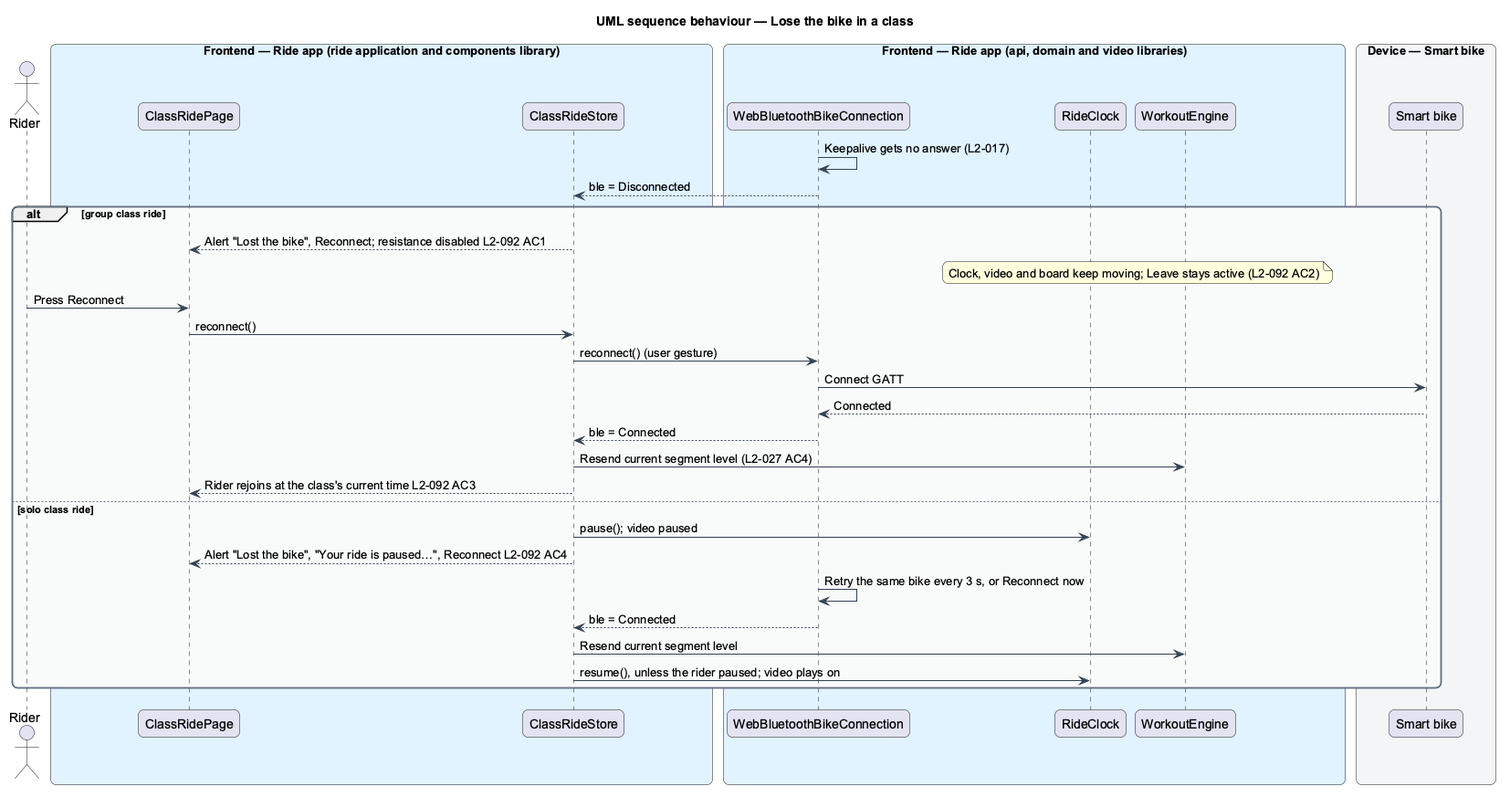
QuinntyneBrown/ride-one keeps this PlantUML diagram as docs/detailed-designs/classes/pause-leave-or-finish-a-class/diagrams/sequence-lose-the-bike.png. Above is the earlier version.
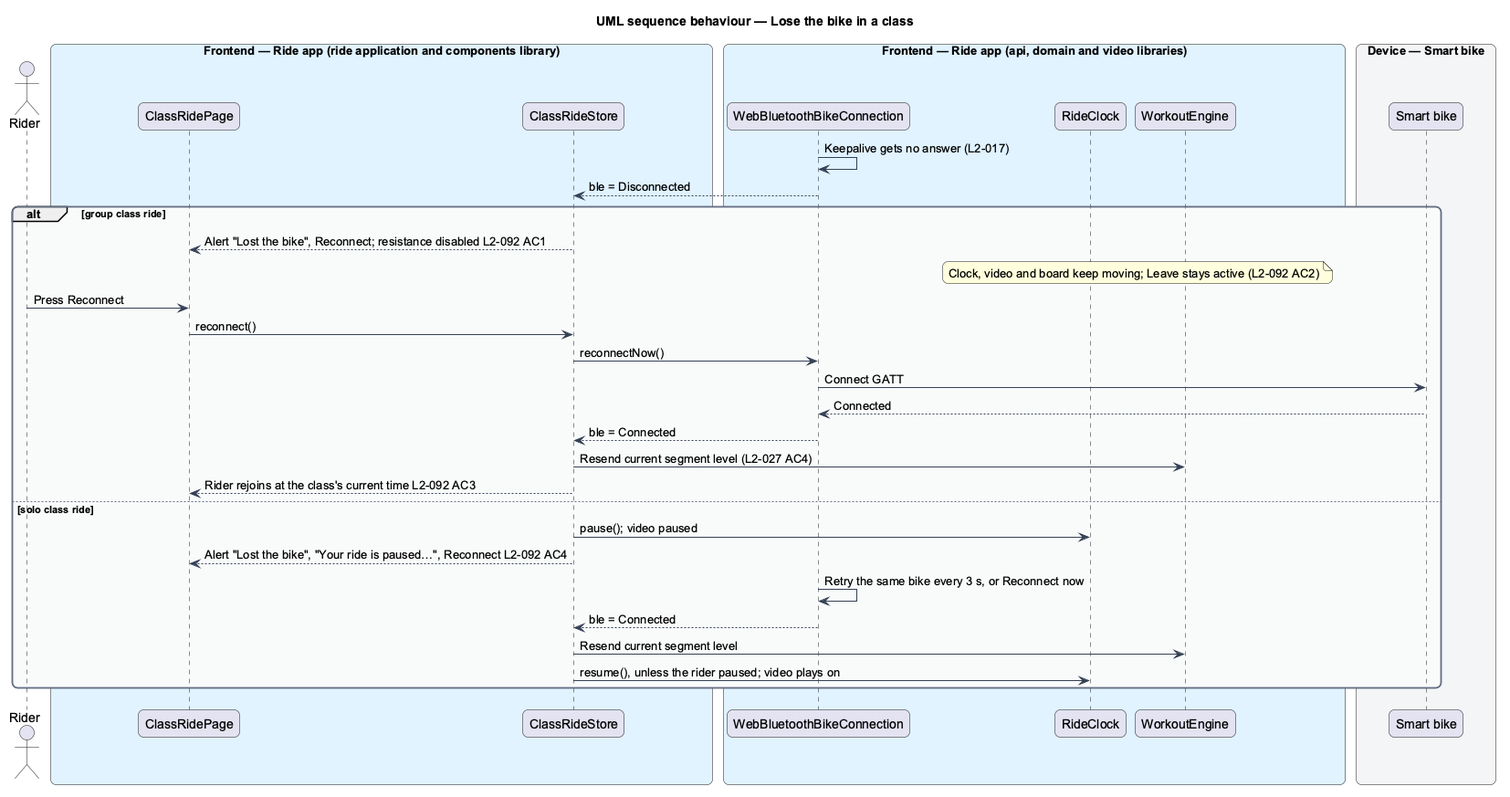
Above is the later version.

What changed in the source:
```diff
@@ -34,7 +34,7 @@
   note over clock, engine : Clock, video and board keep moving; Leave stays active (L2-092 AC2)
   rider -> page : Press Reconnect
   page -> store : reconnect()
-  store -> conn : reconnect() (user gesture)
+  store -> conn : reconnectNow()
   conn -> bike : Connect GATT
   bike --> conn : Connected
   conn --> store : ble = Connected
```
